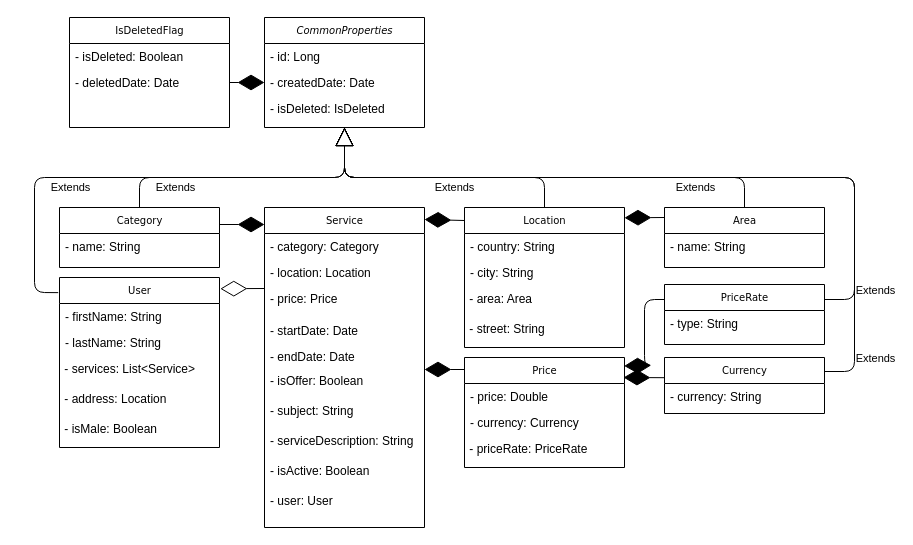
This is page "UML" (1 of 3) of HelppyDiagrams.drawio from StanislavRa/group_A_Helppy, a draw.io file, before an edit. Source tidied: cells renumbered, new cells numbered last; positions are measured from the earlier drawing's top-left corner, leaving out a move shared by most shapes. Both pictures are drawn from the tidied source at 100%, with x=0, y=0 at pixel (34, 17).
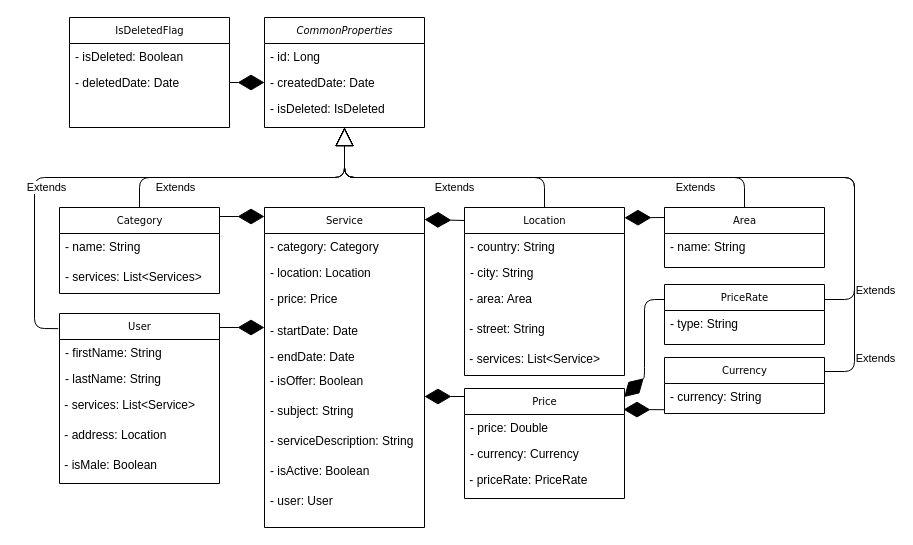
After the change.

Commit message:
added to Category and Location fields services

Unchanged cells that the change refers to:
```xml
<mxCell id="18" value="PriceRate" style="swimlane;html=1;fontStyle=0;horizontal=1;startSize=26;fillColor=none;swimlaneFillColor=#ffffff;rounded=0;shadow=0;comic=0;labelBackgroundColor=none;strokeWidth=1;fontFamily=Verdana;fontSize=10;align=center;" parent="1" vertex="1">
  <mxGeometry x="630" y="267" width="160" height="60" as="geometry" />
</mxCell>
```

What changed in the source:
```diff
@@
     <mxCell id="2" value="Category" style="swimlane;html=1;fontStyle=0;horizontal=1;startSize=26;fillColor=none;swimlaneFillColor=#ffffff;rounded=0;shadow=0;comic=0;labelBackgroundColor=none;strokeWidth=1;fontFamily=Verdana;fontSize=10;align=center;" parent="1" vertex="1">
-      <mxGeometry x="25" y="190" width="160" height="60" as="geometry" />
+      <mxGeometry x="25" y="190" width="160" height="86" as="geometry" />
     </mxCell>
@@
+    <mxCell id="57" value="- services: List&amp;lt;Services&amp;gt;" style="text;html=1;strokeColor=none;fillColor=none;align=left;verticalAlign=top;spacingLeft=4;spacingRight=4;whiteSpace=wrap;overflow=hidden;" parent="2" vertex="1">
+      <mxGeometry y="56" width="160" height="30" as="geometry" />
+    </mxCell>
@@
     <mxCell id="20" style="endArrow=diamondThin;endFill=1;endSize=24;html=1;entryX=0.998;entryY=0.077;entryDx=0;entryDy=0;entryPerimeter=0;exitX=0;exitY=0.25;exitDx=0;exitDy=0;" parent="1" edge="1" source="18" target="53">
       <mxGeometry relative="1" as="geometry">
         <Array as="points">
           <mxPoint x="610" y="282" />
-          <mxPoint x="610" y="348" />
+          <mxPoint x="610" y="360" />
         </Array>
       </mxGeometry>
     </mxCell>
@@
     <mxCell id="29" value="User" style="swimlane;html=1;fontStyle=0;horizontal=1;startSize=26;fillColor=none;swimlaneFillColor=#ffffff;rounded=0;shadow=0;comic=0;labelBackgroundColor=none;strokeWidth=1;fontFamily=Verdana;fontSize=10;align=center;" parent="1" vertex="1">
-      <mxGeometry x="25" y="260" width="160" height="170" as="geometry" />
+      <mxGeometry x="25" y="296" width="160" height="170" as="geometry" />
     </mxCell>
@@
-    <mxCell id="35" style="endArrow=diamondThin;endFill=0;endSize=24;html=1;entryX=1.005;entryY=0.066;entryDx=0;entryDy=0;entryPerimeter=0;" parent="1" edge="1" target="29">
-      <mxGeometry relative="1" as="geometry">
-        <mxPoint x="230" y="271" as="sourcePoint" />
-      </mxGeometry>
-    </mxCell>
@@
     <mxCell id="38" style="endArrow=diamondThin;endFill=1;endSize=24;html=1;entryX=0.994;entryY=0.691;entryDx=0;entryDy=0;entryPerimeter=0;" parent="1" edge="1">
       <mxGeometry relative="1" as="geometry">
-        <mxPoint x="630" y="360.2" as="sourcePoint" />
-        <mxPoint x="589" y="360" as="targetPoint" />
+        <mxPoint x="630" y="392.2" as="sourcePoint" />
+        <mxPoint x="589" y="392" as="targetPoint" />
       </mxGeometry>
     </mxCell>
@@
     <mxCell id="41" value="Extends" style="endArrow=block;endSize=16;endFill=0;html=1;exitX=-0.008;exitY=0.089;exitDx=0;exitDy=0;exitPerimeter=0;" parent="1" edge="1" source="29">
       <mxGeometry x="-0.3" y="-10" relative="1" as="geometry">
         <mxPoint x="310" y="110" as="targetPoint" />
         <Array as="points">
-          <mxPoint y="275" />
+          <mxPoint y="311" />
           <mxPoint y="160" />
           <mxPoint x="190" y="160" />
           <mxPoint x="310" y="160" />
         </Array>
       </mxGeometry>
     </mxCell>
@@
     <mxCell id="43" style="endArrow=diamondThin;endFill=1;endSize=24;html=1;entryX=1;entryY=0.5;entryDx=0;entryDy=0;" parent="1" edge="1">
       <mxGeometry relative="1" as="geometry">
-        <mxPoint x="430" y="352" as="sourcePoint" />
-        <mxPoint x="390" y="352" as="targetPoint" />
+        <mxPoint x="430" y="379" as="sourcePoint" />
+        <mxPoint x="390" y="379" as="targetPoint" />
       </mxGeometry>
     </mxCell>
@@
     <mxCell id="47" style="endArrow=diamondThin;endFill=1;endSize=24;html=1;" parent="1" edge="1">
       <mxGeometry relative="1" as="geometry">
-        <mxPoint x="185" y="207" as="sourcePoint" />
-        <mxPoint x="230" y="207" as="targetPoint" />
+        <mxPoint x="185" y="310" as="sourcePoint" />
+        <mxPoint x="230" y="310" as="targetPoint" />
       </mxGeometry>
     </mxCell>
     <mxCell id="48" value="Location" style="swimlane;html=1;fontStyle=0;horizontal=1;startSize=26;fillColor=none;swimlaneFillColor=#ffffff;rounded=0;shadow=0;comic=0;labelBackgroundColor=none;strokeWidth=1;fontFamily=Verdana;fontSize=10;align=center;" parent="1" vertex="1">
-      <mxGeometry x="430" y="190" width="160" height="140" as="geometry" />
+      <mxGeometry x="430" y="190" width="160" height="168" as="geometry" />
     </mxCell>
@@
+    <mxCell id="58" value="&amp;nbsp;- services: List&amp;lt;Service&amp;gt;" style="text;html=1;" parent="48" vertex="1">
+      <mxGeometry y="138" width="160" height="30" as="geometry" />
+    </mxCell>
     <mxCell id="53" value="Price" style="swimlane;html=1;fontStyle=0;horizontal=1;startSize=26;fillColor=none;swimlaneFillColor=#ffffff;rounded=0;shadow=0;comic=0;labelBackgroundColor=none;strokeWidth=1;fontFamily=Verdana;fontSize=10;align=center;" parent="1" vertex="1">
-      <mxGeometry x="430" y="340" width="160" height="110" as="geometry" />
+      <mxGeometry x="430" y="371" width="160" height="110" as="geometry" />
     </mxCell>
@@
+    <mxCell id="59" style="endArrow=diamondThin;endFill=1;endSize=24;html=1;" parent="1" edge="1">
+      <mxGeometry relative="1" as="geometry">
+        <mxPoint x="185" y="199" as="sourcePoint" />
+        <mxPoint x="230" y="199" as="targetPoint" />
+      </mxGeometry>
+    </mxCell>
```
